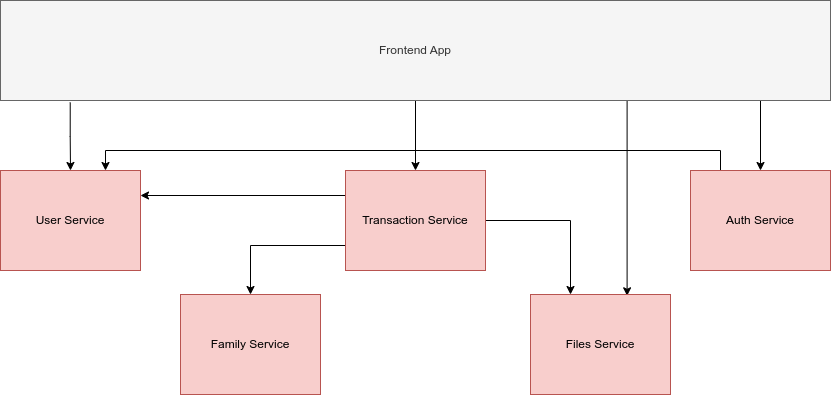
Before: images/microservices-app-diagram.png, a diagram exported from draw.io (BordowyRydwan/EngineeringThesis). Source tidied: cells renumbered, new cells last; positions are measured from the earlier drawing's top-left corner, leaving out a move shared by most shapes. Its diagram source:
```xml
<mxGraphModel>
  <root>
    <mxCell id="0" />
    <mxCell id="1" parent="0" />
    <mxCell id="2" style="edgeStyle=orthogonalEdgeStyle;rounded=0;jettySize=auto;html=1;" parent="1" edge="1" source="6" target="13">
      <mxGeometry relative="1" as="geometry" />
    </mxCell>
    <mxCell id="3" style="edgeStyle=orthogonalEdgeStyle;rounded=0;jettySize=auto;html=1;" parent="1" edge="1" target="9">
      <mxGeometry relative="1" as="geometry">
        <mxPoint x="760" y="90" as="sourcePoint" />
      </mxGeometry>
    </mxCell>
    <mxCell id="4" style="edgeStyle=orthogonalEdgeStyle;rounded=0;jettySize=auto;html=1;exitX=0.75;exitY=1;exitDx=0;exitDy=0;entryX=0.69;entryY=0.013;entryDx=0;entryDy=0;entryPerimeter=0;" parent="1" edge="1" source="6" target="15">
      <mxGeometry relative="1" as="geometry">
        <Array as="points">
          <mxPoint x="627" y="100" />
        </Array>
      </mxGeometry>
    </mxCell>
    <mxCell id="5" style="edgeStyle=orthogonalEdgeStyle;rounded=0;jettySize=auto;html=1;exitX=0.084;exitY=1.02;exitDx=0;exitDy=0;entryX=0.5;entryY=0;entryDx=0;entryDy=0;exitPerimeter=0;" parent="1" edge="1" source="6" target="14">
      <mxGeometry relative="1" as="geometry" />
    </mxCell>
    <mxCell id="6" value="Frontend App" style="rounded=0;whiteSpace=wrap;html=1;fillColor=#f5f5f5;strokeColor=#666666;fontColor=#333333;" parent="1" vertex="1">
      <mxGeometry width="830" height="100" as="geometry" />
    </mxCell>
    <mxCell id="7" value="Family Service" style="rounded=0;whiteSpace=wrap;html=1;fillColor=#f8cecc;strokeColor=#b85450;" parent="1" vertex="1">
      <mxGeometry x="180" y="294" width="140" height="100" as="geometry" />
    </mxCell>
    <mxCell id="8" style="edgeStyle=orthogonalEdgeStyle;rounded=0;jettySize=auto;html=1;entryX=0.75;entryY=0;entryDx=0;entryDy=0;" parent="1" edge="1" source="9" target="14">
      <mxGeometry relative="1" as="geometry">
        <Array as="points">
          <mxPoint x="720" y="150" />
          <mxPoint x="105" y="150" />
        </Array>
      </mxGeometry>
    </mxCell>
    <mxCell id="9" value="Auth Service" style="rounded=0;whiteSpace=wrap;html=1;fillColor=#f8cecc;strokeColor=#b85450;" parent="1" vertex="1">
      <mxGeometry x="690" y="170" width="140" height="100" as="geometry" />
    </mxCell>
    <mxCell id="10" style="edgeStyle=orthogonalEdgeStyle;rounded=0;jettySize=auto;html=1;" parent="1" edge="1" source="13" target="15">
      <mxGeometry relative="1" as="geometry">
        <Array as="points">
          <mxPoint x="570" y="220" />
        </Array>
      </mxGeometry>
    </mxCell>
    <mxCell id="11" style="edgeStyle=orthogonalEdgeStyle;rounded=0;jettySize=auto;html=1;exitX=0;exitY=0.75;exitDx=0;exitDy=0;" parent="1" edge="1" source="13" target="7">
      <mxGeometry relative="1" as="geometry" />
    </mxCell>
    <mxCell id="12" style="edgeStyle=orthogonalEdgeStyle;rounded=0;jettySize=auto;html=1;exitX=0;exitY=0.25;exitDx=0;exitDy=0;entryX=1;entryY=0.25;entryDx=0;entryDy=0;" parent="1" edge="1" source="13" target="14">
      <mxGeometry relative="1" as="geometry" />
    </mxCell>
    <mxCell id="13" value="Transaction Service" style="rounded=0;whiteSpace=wrap;html=1;fillColor=#f8cecc;strokeColor=#b85450;" parent="1" vertex="1">
      <mxGeometry x="345" y="170" width="140" height="100" as="geometry" />
    </mxCell>
    <mxCell id="14" value="User Service" style="rounded=0;whiteSpace=wrap;html=1;fillColor=#f8cecc;strokeColor=#b85450;" parent="1" vertex="1">
      <mxGeometry y="170" width="140" height="100" as="geometry" />
    </mxCell>
    <mxCell id="15" value="Files Service" style="rounded=0;whiteSpace=wrap;html=1;fillColor=#f8cecc;strokeColor=#b85450;" parent="1" vertex="1">
      <mxGeometry x="530" y="294" width="140" height="100" as="geometry" />
    </mxCell>
  </root>
</mxGraphModel>
```
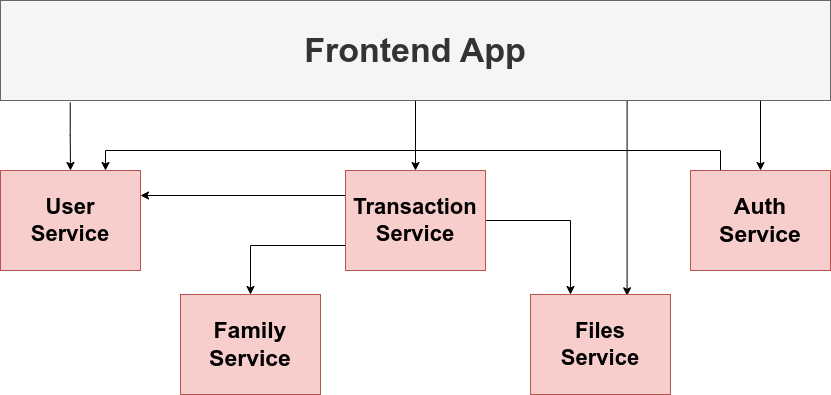
After the commit.

What changed in the source:
```diff
@@ -20,10 +20,10 @@
     <mxCell id="5" style="edgeStyle=orthogonalEdgeStyle;rounded=0;jettySize=auto;html=1;exitX=0.084;exitY=1.02;exitDx=0;exitDy=0;entryX=0.5;entryY=0;entryDx=0;entryDy=0;exitPerimeter=0;" parent="1" edge="1" source="6" target="14">
       <mxGeometry relative="1" as="geometry" />
     </mxCell>
-    <mxCell id="6" value="Frontend App" style="rounded=0;whiteSpace=wrap;html=1;fillColor=#f5f5f5;strokeColor=#666666;fontColor=#333333;" parent="1" vertex="1">
+    <mxCell id="6" value="&lt;font style=&quot;font-size: 34px;&quot;&gt;&lt;b&gt;Frontend App&lt;/b&gt;&lt;/font&gt;" style="rounded=0;whiteSpace=wrap;html=1;fillColor=#f5f5f5;strokeColor=#666666;fontColor=#333333;" parent="1" vertex="1">
       <mxGeometry width="830" height="100" as="geometry" />
     </mxCell>
-    <mxCell id="7" value="Family Service" style="rounded=0;whiteSpace=wrap;html=1;fillColor=#f8cecc;strokeColor=#b85450;" parent="1" vertex="1">
+    <mxCell id="7" value="&lt;font style=&quot;font-size: 23px;&quot;&gt;&lt;b&gt;Family &lt;br&gt;Service&lt;/b&gt;&lt;/font&gt;" style="rounded=0;whiteSpace=wrap;html=1;fillColor=#f8cecc;strokeColor=#b85450;" parent="1" vertex="1">
       <mxGeometry x="180" y="294" width="140" height="100" as="geometry" />
     </mxCell>
     <mxCell id="8" style="edgeStyle=orthogonalEdgeStyle;rounded=0;jettySize=auto;html=1;entryX=0.75;entryY=0;entryDx=0;entryDy=0;" parent="1" edge="1" source="9" target="14">
@@ -34,7 +34,7 @@
         </Array>
       </mxGeometry>
     </mxCell>
-    <mxCell id="9" value="Auth Service" style="rounded=0;whiteSpace=wrap;html=1;fillColor=#f8cecc;strokeColor=#b85450;" parent="1" vertex="1">
+    <mxCell id="9" value="&lt;b style=&quot;font-size: 23px;&quot;&gt;Auth &lt;br&gt;Service&lt;/b&gt;" style="rounded=0;whiteSpace=wrap;html=1;fillColor=#f8cecc;strokeColor=#b85450;" parent="1" vertex="1">
       <mxGeometry x="690" y="170" width="140" height="100" as="geometry" />
     </mxCell>
     <mxCell id="10" style="edgeStyle=orthogonalEdgeStyle;rounded=0;jettySize=auto;html=1;" parent="1" edge="1" source="13" target="15">
@@ -50,13 +50,13 @@
     <mxCell id="12" style="edgeStyle=orthogonalEdgeStyle;rounded=0;jettySize=auto;html=1;exitX=0;exitY=0.25;exitDx=0;exitDy=0;entryX=1;entryY=0.25;entryDx=0;entryDy=0;" parent="1" edge="1" source="13" target="14">
       <mxGeometry relative="1" as="geometry" />
     </mxCell>
-    <mxCell id="13" value="Transaction Service" style="rounded=0;whiteSpace=wrap;html=1;fillColor=#f8cecc;strokeColor=#b85450;" parent="1" vertex="1">
+    <mxCell id="13" value="&lt;font style=&quot;font-size: 22px;&quot;&gt;&lt;b&gt;Transaction &lt;br&gt;Service&lt;/b&gt;&lt;/font&gt;" style="rounded=0;whiteSpace=wrap;html=1;fillColor=#f8cecc;strokeColor=#b85450;" parent="1" vertex="1">
       <mxGeometry x="345" y="170" width="140" height="100" as="geometry" />
     </mxCell>
-    <mxCell id="14" value="User Service" style="rounded=0;whiteSpace=wrap;html=1;fillColor=#f8cecc;strokeColor=#b85450;" parent="1" vertex="1">
+    <mxCell id="14" value="&lt;font style=&quot;font-size: 22px;&quot;&gt;&lt;b&gt;User &lt;br&gt;Service&lt;/b&gt;&lt;/font&gt;" style="rounded=0;whiteSpace=wrap;html=1;fillColor=#f8cecc;strokeColor=#b85450;" parent="1" vertex="1">
       <mxGeometry y="170" width="140" height="100" as="geometry" />
     </mxCell>
-    <mxCell id="15" value="Files Service" style="rounded=0;whiteSpace=wrap;html=1;fillColor=#f8cecc;strokeColor=#b85450;" parent="1" vertex="1">
+    <mxCell id="15" value="&lt;font style=&quot;font-size: 22px;&quot;&gt;&lt;b&gt;Files &lt;br&gt;Service&lt;/b&gt;&lt;/font&gt;" style="rounded=0;whiteSpace=wrap;html=1;fillColor=#f8cecc;strokeColor=#b85450;" parent="1" vertex="1">
       <mxGeometry x="530" y="294" width="140" height="100" as="geometry" />
     </mxCell>
   </root>
```
